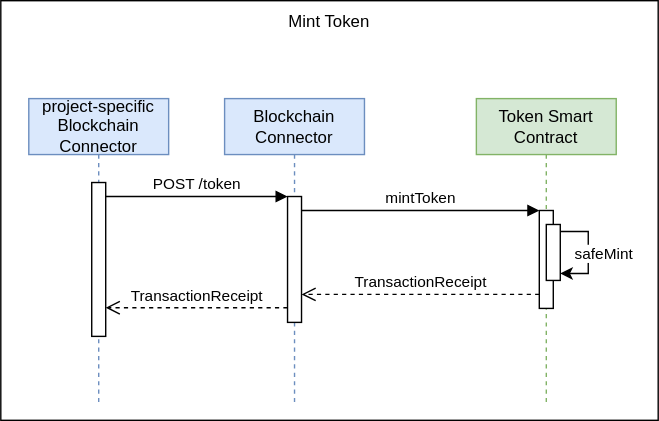
Above: drawio/chapter_6/mint-token.svg in fraunhofer-iml/nft-folder-documentation (draw.io), before the change. Source tidied: cells renumbered, new cells last; positions are measured from the earlier drawing's top-left corner, leaving out a move shared by most shapes. Its diagram source:
```xml
<mxGraphModel>
  <root>
    <mxCell id="0" />
    <mxCell id="1" parent="0" />
    <mxCell id="2" style="rounded=0;whiteSpace=wrap;html=1;" parent="1" vertex="1">
      <mxGeometry width="470" height="300" as="geometry" />
    </mxCell>
    <mxCell id="3" value="Blockchain Connector" style="shape=umlLifeline;perimeter=lifelinePerimeter;whiteSpace=wrap;html=1;newEdgeStyle={&quot;edgeStyle&quot;:&quot;elbowEdgeStyle&quot;,&quot;elbow&quot;:&quot;vertical&quot;,&quot;curved&quot;:0,&quot;rounded&quot;:0};fillColor=#dae8fc;strokeColor=#6c8ebf;" parent="1" vertex="1">
      <mxGeometry x="160" y="70" width="100" height="220" as="geometry" />
    </mxCell>
    <mxCell id="4" style="html=1;points=[];perimeter=orthogonalPerimeter;outlineConnect=0;targetShapes=umlLifeline;portConstraint=eastwest;newEdgeStyle={&quot;edgeStyle&quot;:&quot;elbowEdgeStyle&quot;,&quot;elbow&quot;:&quot;vertical&quot;,&quot;curved&quot;:0,&quot;rounded&quot;:0};" parent="3" vertex="1">
      <mxGeometry x="45" y="70" width="10" height="90" as="geometry" />
    </mxCell>
    <mxCell id="5" value="Token Smart Contract" style="shape=umlLifeline;perimeter=lifelinePerimeter;whiteSpace=wrap;html=1;newEdgeStyle={&quot;edgeStyle&quot;:&quot;elbowEdgeStyle&quot;,&quot;elbow&quot;:&quot;vertical&quot;,&quot;curved&quot;:0,&quot;rounded&quot;:0};fillColor=#d5e8d4;strokeColor=#82b366;" parent="1" vertex="1">
      <mxGeometry x="340" y="70" width="100" height="220" as="geometry" />
    </mxCell>
    <mxCell id="6" style="html=1;points=[];perimeter=orthogonalPerimeter;outlineConnect=0;targetShapes=umlLifeline;portConstraint=eastwest;newEdgeStyle={&quot;edgeStyle&quot;:&quot;elbowEdgeStyle&quot;,&quot;elbow&quot;:&quot;vertical&quot;,&quot;curved&quot;:0,&quot;rounded&quot;:0};" parent="5" vertex="1">
      <mxGeometry x="45" y="80" width="10" height="70" as="geometry" />
    </mxCell>
    <mxCell id="7" style="edgeStyle=orthogonalEdgeStyle;rounded=0;orthogonalLoop=1;jettySize=auto;html=1;curved=0;exitX=1;exitY=0;exitDx=0;exitDy=5;exitPerimeter=0;entryX=1;entryY=1;entryDx=0;entryDy=-5;entryPerimeter=0;" parent="5" edge="1" source="9" target="9">
      <mxGeometry relative="1" as="geometry">
        <Array as="points">
          <mxPoint x="80" y="95" />
          <mxPoint x="80" y="125" />
        </Array>
      </mxGeometry>
    </mxCell>
    <mxCell id="8" value="safeMint" style="edgeLabel;html=1;align=center;verticalAlign=middle;" parent="7" vertex="1">
      <mxGeometry x="0.06" y="2" relative="1" as="geometry">
        <mxPoint x="8" y="-2" as="offset" />
      </mxGeometry>
    </mxCell>
    <mxCell id="9" style="html=1;points=[[0,0,0,0,5],[0,1,0,0,-5],[1,0,0,0,5],[1,1,0,0,-5]];perimeter=orthogonalPerimeter;outlineConnect=0;targetShapes=umlLifeline;portConstraint=eastwest;newEdgeStyle={&quot;curved&quot;:0,&quot;rounded&quot;:0};" parent="5" vertex="1">
      <mxGeometry x="50" y="90" width="10" height="40" as="geometry" />
    </mxCell>
    <mxCell id="10" value="mintToken" style="html=1;verticalAlign=bottom;endArrow=block;edgeStyle=elbowEdgeStyle;elbow=vertical;curved=0;rounded=0;" parent="1" edge="1" source="4" target="6">
      <mxGeometry relative="1" as="geometry">
        <Array as="points">
          <mxPoint x="300" y="150" />
        </Array>
      </mxGeometry>
    </mxCell>
    <mxCell id="11" value="TransactionReceipt" style="html=1;verticalAlign=bottom;endArrow=open;dashed=1;endSize=8;edgeStyle=elbowEdgeStyle;elbow=horizontal;curved=0;rounded=0;" parent="1" edge="1">
      <mxGeometry relative="1" as="geometry">
        <mxPoint x="385" y="210" as="sourcePoint" />
        <mxPoint x="215" y="210" as="targetPoint" />
        <Array as="points">
          <mxPoint x="310" y="210" />
        </Array>
      </mxGeometry>
    </mxCell>
    <mxCell id="12" value="Mint Token" style="text;html=1;align=center;verticalAlign=middle;whiteSpace=wrap;rounded=0;" parent="1" vertex="1">
      <mxGeometry x="160" width="150" height="30" as="geometry" />
    </mxCell>
    <mxCell id="13" value="project-specific Blockchain Connector" style="shape=umlLifeline;perimeter=lifelinePerimeter;whiteSpace=wrap;html=1;newEdgeStyle={&quot;curved&quot;:0,&quot;rounded&quot;:0};fillColor=#dae8fc;strokeColor=#6c8ebf;" parent="1" vertex="1">
      <mxGeometry x="20" y="70" width="100" height="220" as="geometry" />
    </mxCell>
    <mxCell id="14" style="html=1;points=[[0,0,0,0,5],[0,1,0,0,-5],[1,0,0,0,5],[1,1,0,0,-5]];perimeter=orthogonalPerimeter;outlineConnect=0;targetShapes=umlLifeline;portConstraint=eastwest;newEdgeStyle={&quot;curved&quot;:0,&quot;rounded&quot;:0};" parent="13" vertex="1">
      <mxGeometry x="45" y="60" width="10" height="110" as="geometry" />
    </mxCell>
    <mxCell id="15" value="POST /token" style="html=1;verticalAlign=bottom;startArrow=none;endArrow=block;startSize=8;edgeStyle=elbowEdgeStyle;elbow=vertical;curved=0;rounded=0;startFill=0;" parent="1" edge="1" source="14">
      <mxGeometry relative="1" as="geometry">
        <mxPoint x="205" y="140" as="targetPoint" />
      </mxGeometry>
    </mxCell>
    <mxCell id="16" value="TransactionReceipt" style="html=1;verticalAlign=bottom;endArrow=open;dashed=1;endSize=8;edgeStyle=elbowEdgeStyle;elbow=horizontal;curved=0;rounded=0;" parent="1" edge="1">
      <mxGeometry relative="1" as="geometry">
        <mxPoint x="205" y="219.5" as="sourcePoint" />
        <mxPoint x="75" y="219.5" as="targetPoint" />
        <Array as="points">
          <mxPoint x="165" y="219.5" />
        </Array>
      </mxGeometry>
    </mxCell>
  </root>
</mxGraphModel>
```
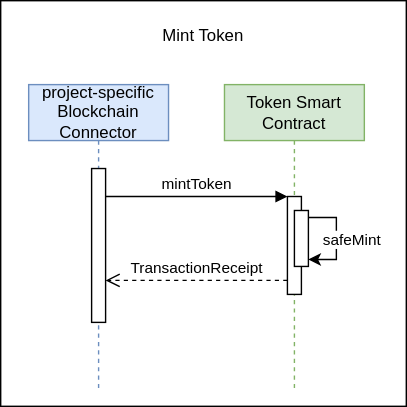
After the change.

Commit message:
Add token hierarchy and incoroporate blockchain connector as a library

Diff of the diagram source:
```diff
@@ -2,17 +2,11 @@
   <root>
     <mxCell id="0" />
     <mxCell id="1" parent="0" />
-    <mxCell id="2" style="rounded=0;whiteSpace=wrap;html=1;" parent="1" vertex="1">
-      <mxGeometry width="470" height="300" as="geometry" />
-    </mxCell>
-    <mxCell id="3" value="Blockchain Connector" style="shape=umlLifeline;perimeter=lifelinePerimeter;whiteSpace=wrap;html=1;newEdgeStyle={&quot;edgeStyle&quot;:&quot;elbowEdgeStyle&quot;,&quot;elbow&quot;:&quot;vertical&quot;,&quot;curved&quot;:0,&quot;rounded&quot;:0};fillColor=#dae8fc;strokeColor=#6c8ebf;" parent="1" vertex="1">
-      <mxGeometry x="160" y="70" width="100" height="220" as="geometry" />
-    </mxCell>
-    <mxCell id="4" style="html=1;points=[];perimeter=orthogonalPerimeter;outlineConnect=0;targetShapes=umlLifeline;portConstraint=eastwest;newEdgeStyle={&quot;edgeStyle&quot;:&quot;elbowEdgeStyle&quot;,&quot;elbow&quot;:&quot;vertical&quot;,&quot;curved&quot;:0,&quot;rounded&quot;:0};" parent="3" vertex="1">
-      <mxGeometry x="45" y="70" width="10" height="90" as="geometry" />
-    </mxCell>
+    <mxCell id="17" style="rounded=0;whiteSpace=wrap;html=1;" parent="1" vertex="1">
+      <mxGeometry y="10" width="290" height="290" as="geometry" />
+    </mxCell>
     <mxCell id="5" value="Token Smart Contract" style="shape=umlLifeline;perimeter=lifelinePerimeter;whiteSpace=wrap;html=1;newEdgeStyle={&quot;edgeStyle&quot;:&quot;elbowEdgeStyle&quot;,&quot;elbow&quot;:&quot;vertical&quot;,&quot;curved&quot;:0,&quot;rounded&quot;:0};fillColor=#d5e8d4;strokeColor=#82b366;" parent="1" vertex="1">
-      <mxGeometry x="340" y="70" width="100" height="220" as="geometry" />
+      <mxGeometry x="160" y="70" width="100" height="220" as="geometry" />
     </mxCell>
     <mxCell id="6" style="html=1;points=[];perimeter=orthogonalPerimeter;outlineConnect=0;targetShapes=umlLifeline;portConstraint=eastwest;newEdgeStyle={&quot;edgeStyle&quot;:&quot;elbowEdgeStyle&quot;,&quot;elbow&quot;:&quot;vertical&quot;,&quot;curved&quot;:0,&quot;rounded&quot;:0};" parent="5" vertex="1">
       <mxGeometry x="45" y="80" width="10" height="70" as="geometry" />
@@ -33,24 +27,21 @@
     <mxCell id="9" style="html=1;points=[[0,0,0,0,5],[0,1,0,0,-5],[1,0,0,0,5],[1,1,0,0,-5]];perimeter=orthogonalPerimeter;outlineConnect=0;targetShapes=umlLifeline;portConstraint=eastwest;newEdgeStyle={&quot;curved&quot;:0,&quot;rounded&quot;:0};" parent="5" vertex="1">
       <mxGeometry x="50" y="90" width="10" height="40" as="geometry" />
     </mxCell>
-    <mxCell id="10" value="mintToken" style="html=1;verticalAlign=bottom;endArrow=block;edgeStyle=elbowEdgeStyle;elbow=vertical;curved=0;rounded=0;" parent="1" edge="1" source="4" target="6">
+    <mxCell id="10" value="mintToken" style="html=1;verticalAlign=bottom;endArrow=block;edgeStyle=elbowEdgeStyle;elbow=vertical;curved=0;rounded=0;" parent="1" edge="1" source="14" target="6">
       <mxGeometry relative="1" as="geometry">
         <Array as="points">
-          <mxPoint x="300" y="150" />
+          <mxPoint x="140" y="150" />
         </Array>
       </mxGeometry>
     </mxCell>
-    <mxCell id="11" value="TransactionReceipt" style="html=1;verticalAlign=bottom;endArrow=open;dashed=1;endSize=8;edgeStyle=elbowEdgeStyle;elbow=horizontal;curved=0;rounded=0;" parent="1" edge="1">
-      <mxGeometry relative="1" as="geometry">
-        <mxPoint x="385" y="210" as="sourcePoint" />
-        <mxPoint x="215" y="210" as="targetPoint" />
-        <Array as="points">
-          <mxPoint x="310" y="210" />
-        </Array>
-      </mxGeometry>
-    </mxCell>
+    <mxCell id="18" value="TransactionReceipt" style="html=1;verticalAlign=bottom;endArrow=open;dashed=1;endSize=8;edgeStyle=elbowEdgeStyle;elbow=horizontal;curved=0;rounded=0;" parent="1" edge="1">
+      <mxGeometry relative="1" as="geometry">
+        <mxPoint x="205" y="210" as="sourcePoint" />
+        <mxPoint x="75" y="210" as="targetPoint" />
+      </mxGeometry>
+    </mxCell>
     <mxCell id="12" value="Mint Token" style="text;html=1;align=center;verticalAlign=middle;whiteSpace=wrap;rounded=0;" parent="1" vertex="1">
-      <mxGeometry x="160" width="150" height="30" as="geometry" />
+      <mxGeometry x="70" y="20" width="150" height="30" as="geometry" />
     </mxCell>
     <mxCell id="13" value="project-specific Blockchain Connector" style="shape=umlLifeline;perimeter=lifelinePerimeter;whiteSpace=wrap;html=1;newEdgeStyle={&quot;curved&quot;:0,&quot;rounded&quot;:0};fillColor=#dae8fc;strokeColor=#6c8ebf;" parent="1" vertex="1">
       <mxGeometry x="20" y="70" width="100" height="220" as="geometry" />
@@ -58,19 +49,5 @@
     <mxCell id="14" style="html=1;points=[[0,0,0,0,5],[0,1,0,0,-5],[1,0,0,0,5],[1,1,0,0,-5]];perimeter=orthogonalPerimeter;outlineConnect=0;targetShapes=umlLifeline;portConstraint=eastwest;newEdgeStyle={&quot;curved&quot;:0,&quot;rounded&quot;:0};" parent="13" vertex="1">
       <mxGeometry x="45" y="60" width="10" height="110" as="geometry" />
     </mxCell>
-    <mxCell id="15" value="POST /token" style="html=1;verticalAlign=bottom;startArrow=none;endArrow=block;startSize=8;edgeStyle=elbowEdgeStyle;elbow=vertical;curved=0;rounded=0;startFill=0;" parent="1" edge="1" source="14">
-      <mxGeometry relative="1" as="geometry">
-        <mxPoint x="205" y="140" as="targetPoint" />
-      </mxGeometry>
-    </mxCell>
-    <mxCell id="16" value="TransactionReceipt" style="html=1;verticalAlign=bottom;endArrow=open;dashed=1;endSize=8;edgeStyle=elbowEdgeStyle;elbow=horizontal;curved=0;rounded=0;" parent="1" edge="1">
-      <mxGeometry relative="1" as="geometry">
-        <mxPoint x="205" y="219.5" as="sourcePoint" />
-        <mxPoint x="75" y="219.5" as="targetPoint" />
-        <Array as="points">
-          <mxPoint x="165" y="219.5" />
-        </Array>
-      </mxGeometry>
-    </mxCell>
   </root>
 </mxGraphModel>
```
